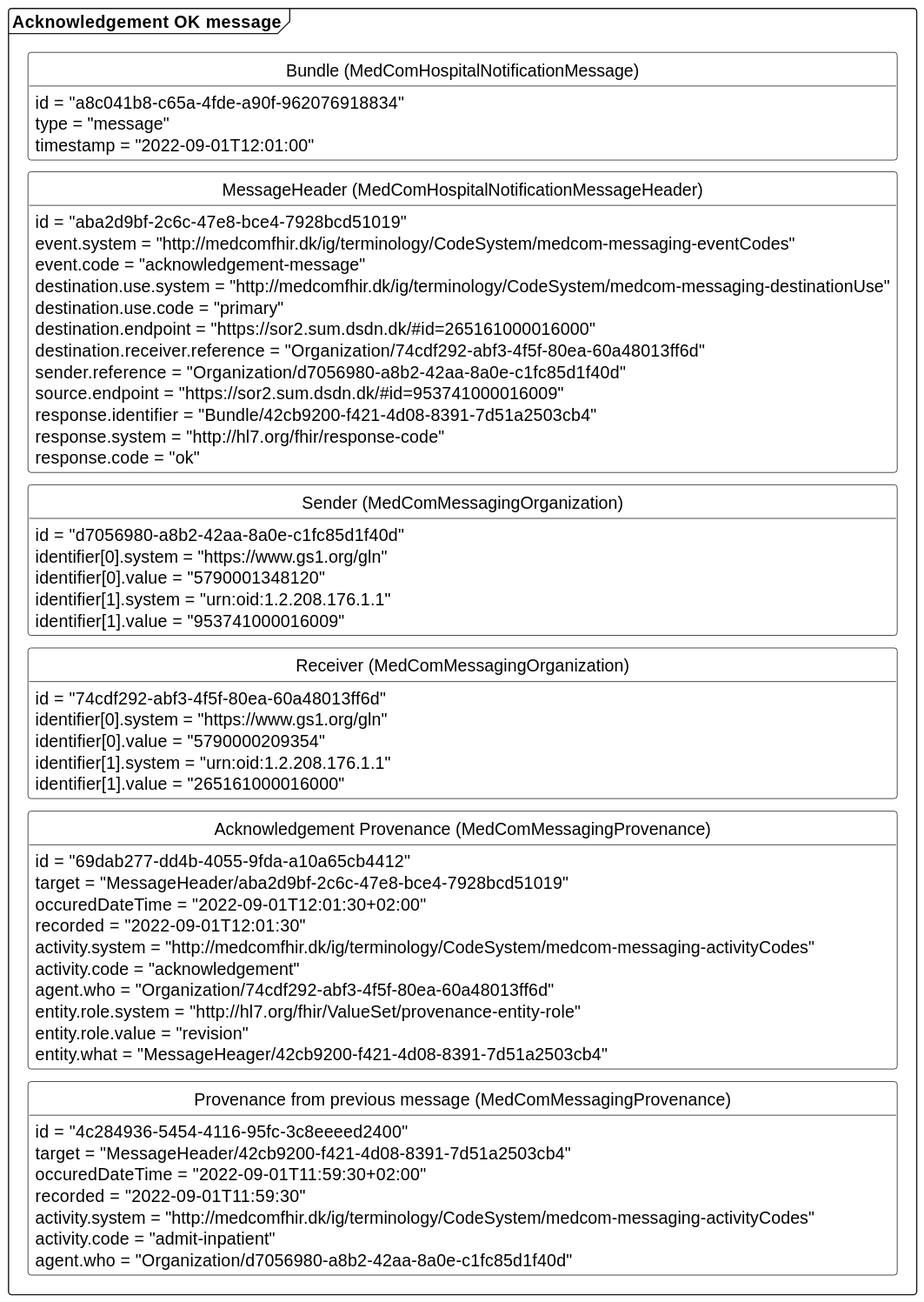
Above: input/images/AcknowledgementOK.svg in medcomdk/dk-medcom-acknowledgement (PlantUML), before the change.
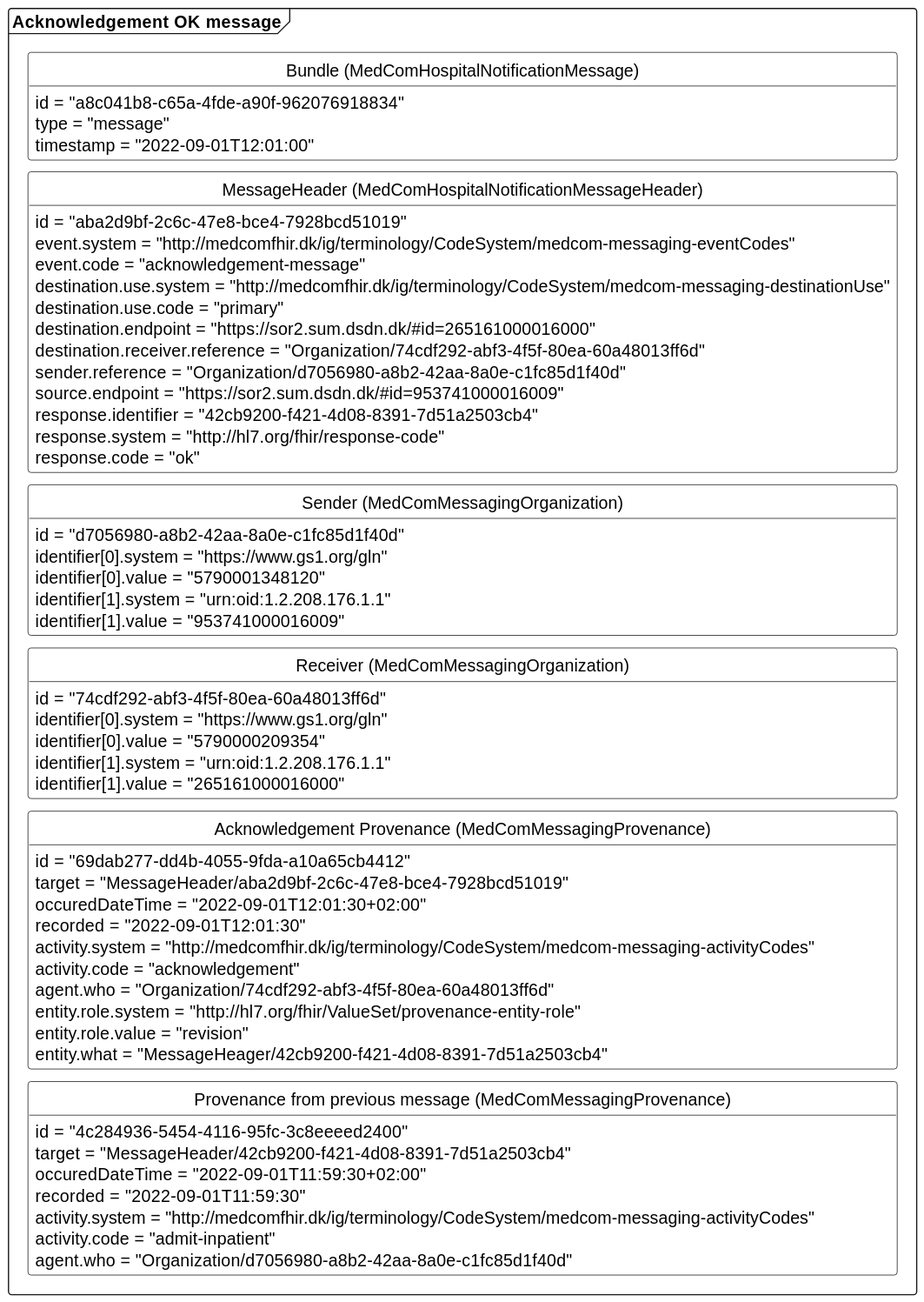
Above is the later version.

Diff of the diagram source:
```diff
@@ -27,7 +27,7 @@
         destination.receiver.reference = "Organization/74cdf292-abf3-4f5f-80ea-60a48013ff6d"
         sender.reference = "Organization/d7056980-a8b2-42aa-8a0e-c1fc85d1f40d"
         source.endpoint = "https://sor2.sum.dsdn.dk/#id=953741000016009"
-        response.identifier = "Bundle/42cb9200-f421-4d08-8391-7d51a2503cb4"
+        response.identifier = "42cb9200-f421-4d08-8391-7d51a2503cb4"
         response.system = "http://hl7.org/fhir/response-code"
         response.code = "ok"
     }
```
